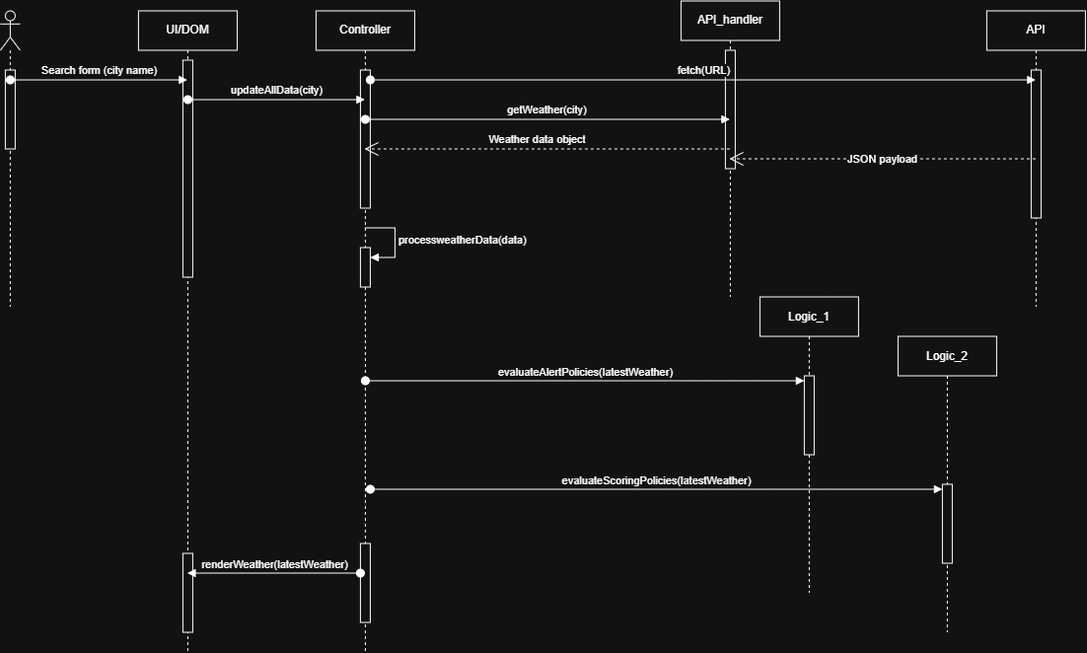
This is Diagrams/sequence diagram.drawio.png from TabbyDaCatto/weather-app-2, a draw.io export, as it was before one commit. Source tidied: cells renumbered, new cells last; positions are measured from the earlier drawing's top-left corner, leaving out a move shared by most shapes.
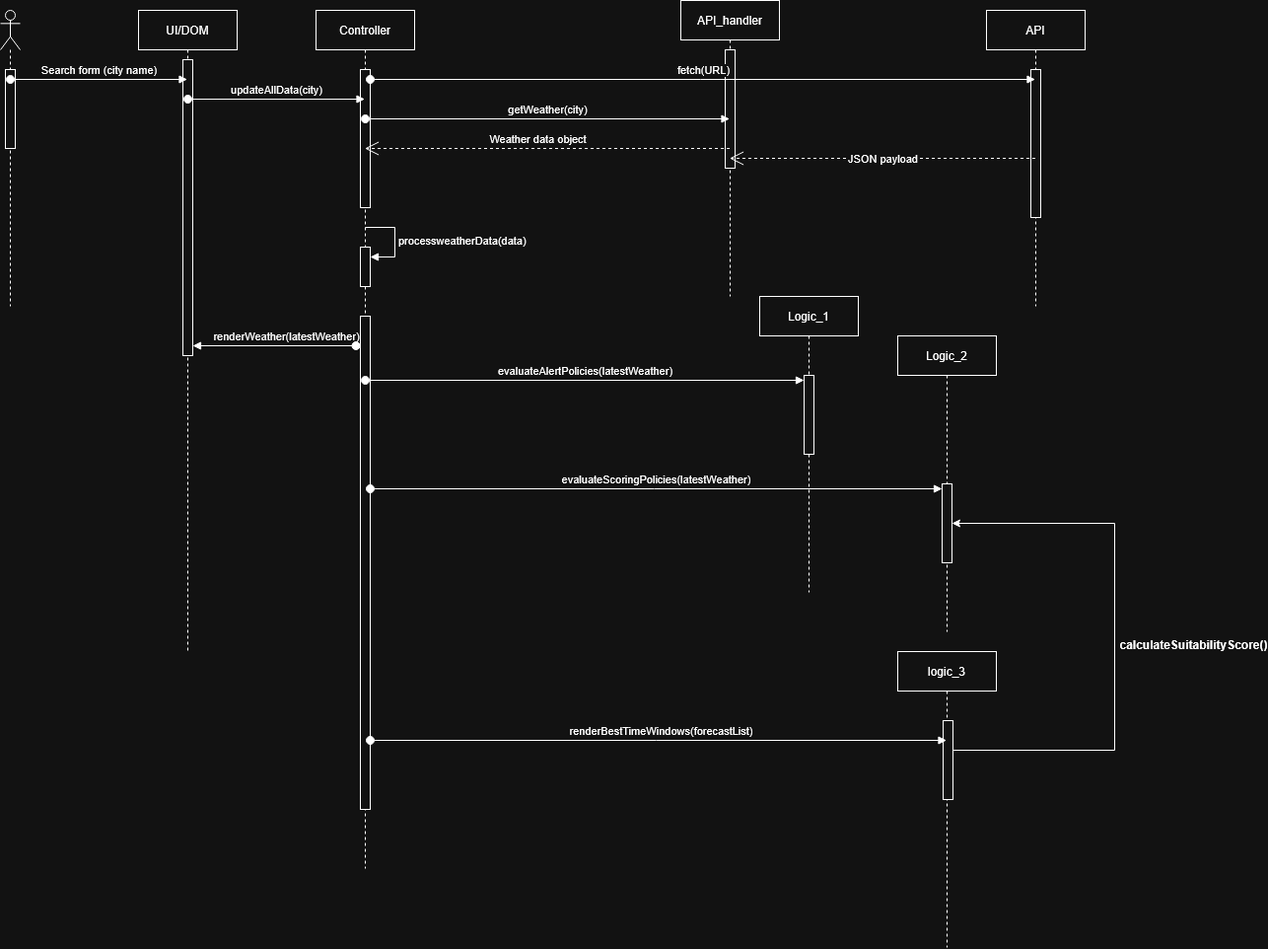
The same diagram one commit later.

Change to the diagram source:
```diff
@@ -12,13 +12,10 @@
       <mxGeometry x="140" y="10" width="100" height="650" as="geometry" />
     </mxCell>
     <mxCell id="5" style="html=1;perimeter=orthogonalPerimeter;targetShapes=umlLifeline;newEdgeStyle={&quot;curved&quot;:0,&quot;rounded&quot;:0};" parent="4" vertex="1">
-      <mxGeometry x="45" y="50" width="10" height="220" as="geometry" />
+      <mxGeometry x="45" y="50" width="10" height="300" as="geometry" />
     </mxCell>
-    <mxCell id="6" style="html=1;perimeter=orthogonalPerimeter;targetShapes=umlLifeline;newEdgeStyle={&quot;curved&quot;:0,&quot;rounded&quot;:0};" parent="4" vertex="1">
-      <mxGeometry x="45" y="550" width="10" height="80" as="geometry" />
-    </mxCell>
     <mxCell id="7" value="Controller" style="shape=umlLifeline;perimeter=lifelinePerimeter;whiteSpace=wrap;html=1;outlineConnect=0;portConstraint=eastwest;newEdgeStyle={&quot;curved&quot;:0,&quot;rounded&quot;:0};" parent="1" vertex="1">
-      <mxGeometry x="320" y="10" width="100" height="650" as="geometry" />
+      <mxGeometry x="320" y="10" width="100" height="870" as="geometry" />
     </mxCell>
     <mxCell id="8" style="html=1;perimeter=orthogonalPerimeter;targetShapes=umlLifeline;newEdgeStyle={&quot;curved&quot;:0,&quot;rounded&quot;:0};" parent="7" vertex="1">
       <mxGeometry x="45" y="60" width="10" height="140" as="geometry" />
@@ -35,7 +32,7 @@
       </mxGeometry>
     </mxCell>
     <mxCell id="11" style="html=1;perimeter=orthogonalPerimeter;targetShapes=umlLifeline;newEdgeStyle={&quot;curved&quot;:0,&quot;rounded&quot;:0};" parent="7" vertex="1">
-      <mxGeometry x="45" y="540" width="10" height="80" as="geometry" />
+      <mxGeometry x="45" y="310" width="10" height="500" as="geometry" />
     </mxCell>
     <mxCell id="12" value="API_handler" style="shape=umlLifeline;perimeter=lifelinePerimeter;whiteSpace=wrap;html=1;outlineConnect=0;portConstraint=eastwest;newEdgeStyle={&quot;curved&quot;:0,&quot;rounded&quot;:0};" parent="1" vertex="1">
       <mxGeometry x="690" width="100" height="300" as="geometry" />
@@ -84,6 +81,11 @@
     <mxCell id="24" value="Logic_2" style="shape=umlLifeline;perimeter=lifelinePerimeter;whiteSpace=wrap;html=1;newEdgeStyle={&quot;curved&quot;:0,&quot;rounded&quot;:0};" parent="1" vertex="1">
       <mxGeometry x="910" y="340" width="100" height="300" as="geometry" />
     </mxCell>
+    <mxCell id="29" style="edgeStyle=orthogonalEdgeStyle;rounded=0;jettySize=auto;html=1;curved=0;defaultLabelBackgroundColor=gap;endArrow=none;endFill=0;startArrow=classic;startFill=1;" parent="24" edge="1" source="25">
+      <mxGeometry relative="1" as="geometry">
+        <mxPoint x="220" y="190" as="targetPoint" />
+      </mxGeometry>
+    </mxCell>
     <mxCell id="25" style="html=1;points=[[0,0,0,0,5],[0,1,0,0,-5],[1,0,0,0,5],[1,1,0,0,-5]];perimeter=orthogonalPerimeter;outlineConnect=0;targetShapes=umlLifeline;portConstraint=eastwest;newEdgeStyle={&quot;curved&quot;:0,&quot;rounded&quot;:0};" parent="24" vertex="1">
       <mxGeometry x="45" y="150" width="10" height="80" as="geometry" />
     </mxCell>
@@ -98,10 +100,38 @@
       </mxGeometry>
     </mxCell>
     <mxCell id="28" value="renderWeather(latestWeather)" style="html=1;verticalAlign=bottom;startArrow=oval;startFill=1;endArrow=block;startSize=8;curved=0;rounded=0;" parent="1" edge="1">
-      <mxGeometry relative="1" as="geometry">
-        <mxPoint x="365" y="580" as="sourcePoint" />
-        <mxPoint x="189.5" y="580" as="targetPoint" />
+      <mxGeometry x="1" y="-105" relative="1" as="geometry">
+        <mxPoint x="185" y="350" as="sourcePoint" />
+        <mxPoint x="185" y="350" as="targetPoint" />
       </mxGeometry>
     </mxCell>
+    <mxCell id="30" style="html=1;verticalAlign=bottom;startArrow=oval;startFill=1;endArrow=block;startSize=8;curved=0;rounded=0;" parent="1" edge="1">
+      <mxGeometry relative="1" as="geometry">
+        <mxPoint x="360.5" y="350" as="sourcePoint" />
+        <mxPoint x="195" y="350" as="targetPoint" />
+      </mxGeometry>
+    </mxCell>
+    <mxCell id="31" value="logic_3" style="shape=umlLifeline;perimeter=lifelinePerimeter;whiteSpace=wrap;html=1;outlineConnect=0;portConstraint=eastwest;newEdgeStyle={&quot;edgeStyle&quot;:&quot;sequenceEdgeStyle&quot;,&quot;libavoidRouting&quot;:0,&quot;curved&quot;:0,&quot;rounded&quot;:0};" parent="1" vertex="1">
+      <mxGeometry x="910" y="660" width="100" height="300" as="geometry" />
+    </mxCell>
+    <mxCell id="32" style="edgeStyle=sequenceEdgeStyle;rounded=0;jettySize=auto;html=1;libavoidRouting=0;curved=0;defaultLabelBackgroundColor=gap;endArrow=none;endFill=0;" parent="31" edge="1" source="33">
+      <mxGeometry x="-0.58" relative="1" as="geometry">
+        <mxPoint x="220" y="-130" as="targetPoint" />
+        <Array as="points">
+          <mxPoint x="220" y="100" />
+        </Array>
+      </mxGeometry>
+    </mxCell>
+    <mxCell id="33" style="html=1;points=[[0,0,0,0,5],[0,1,0,0,-5],[1,0,0,0,5],[1,1,0,0,-5]];perimeter=orthogonalPerimeter;outlineConnect=0;targetShapes=umlLifeline;portConstraint=eastwest;newEdgeStyle={&quot;edgeStyle&quot;:&quot;sequenceEdgeStyle&quot;,&quot;libavoidRouting&quot;:0,&quot;curved&quot;:0,&quot;rounded&quot;:0};" parent="31" vertex="1">
+      <mxGeometry x="46" y="70" width="10" height="80" as="geometry" />
+    </mxCell>
+    <mxCell id="34" value="renderBestTimeWindows(forecastList)" style="html=1;verticalAlign=bottom;startArrow=oval;endArrow=block;startSize=8;curved=0;rounded=0;" parent="1" edge="1" target="31">
+      <mxGeometry x="0.01" relative="1" as="geometry">
+        <mxPoint x="375" y="750" as="sourcePoint" />
+      </mxGeometry>
+    </mxCell>
+    <mxCell id="35" value="calculateSuitabilityScore()" style="text;align=center;fontStyle=1;verticalAlign=middle;spacingLeft=3;spacingRight=3;strokeColor=none;html=1;" parent="1" vertex="1">
+      <mxGeometry x="1170" y="640" width="80" height="26" as="geometry" />
+    </mxCell>
   </root>
 </mxGraphModel>
```
